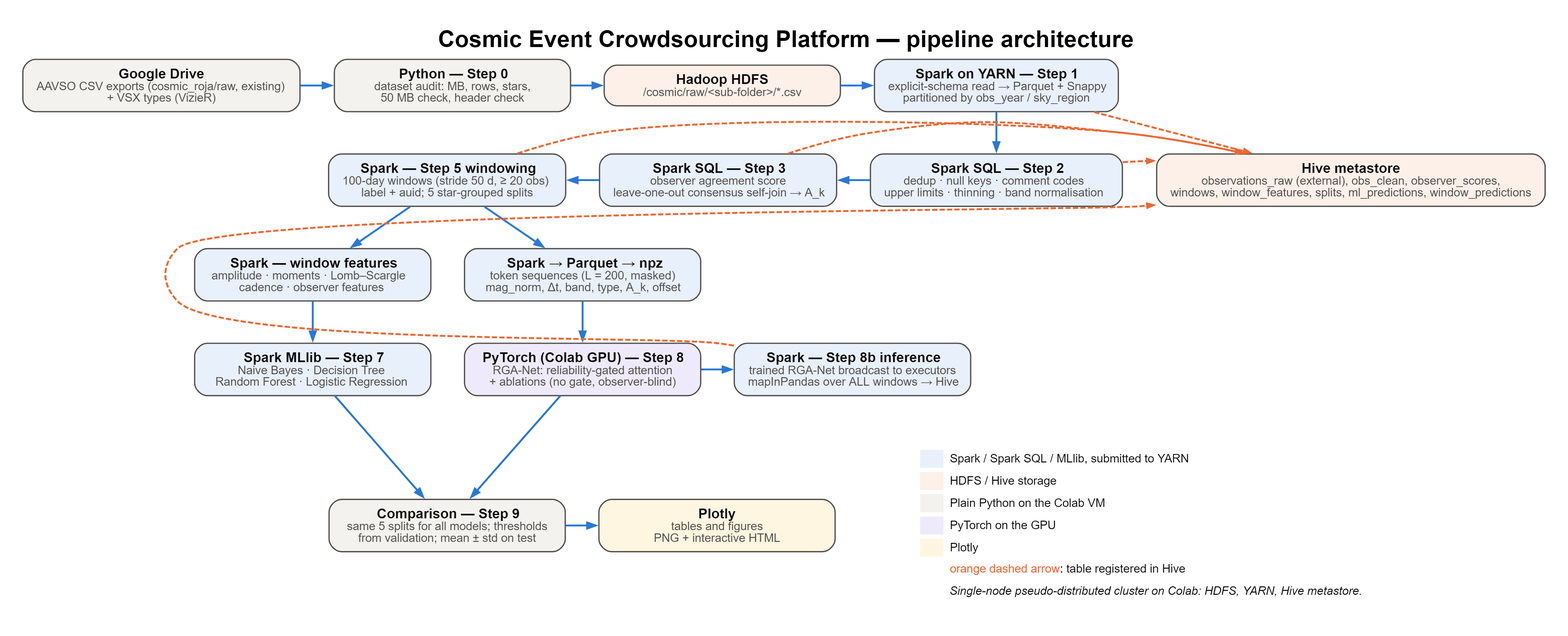
This is docs/figures/architecture.png from lowkey2556/cosmic-events, a Graphviz export, as it was before one commit. Its source is kept beside it as docs/figures/architecture.dot.
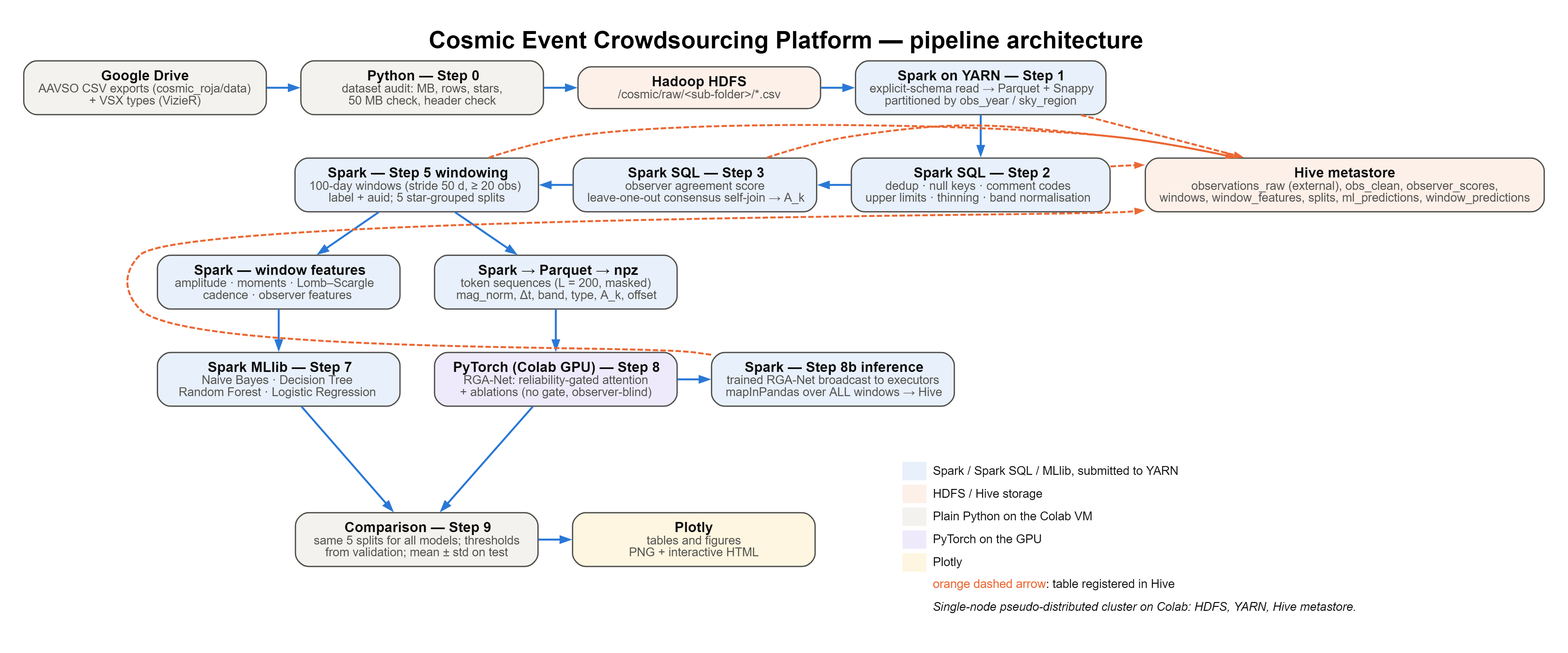
Later version of the same file.

Diff of the diagram source:
```diff
@@ -4,7 +4,7 @@
   node  [shape=box, style="rounded,filled", color="#52514e", penwidth=1.2, fontname="Helvetica",
          fontsize=11, fontcolor="#0b0b0b", margin="0.18,0.10", width=3.1];
   edge  [color="#2a78d6", penwidth=1.8, arrowsize=0.8];
-  drive [fillcolor="#f3f2ee", label=<<b><font point-size="13">Google Drive</font></b><br/><font color="#52514e">AAVSO CSV exports (cosmic_roja/raw, existing)<br/>+ VSX types (VizieR)</font>>];
+  drive [fillcolor="#f3f2ee", label=<<b><font point-size="13">Google Drive</font></b><br/><font color="#52514e">AAVSO CSV exports (cosmic_roja/data)<br/>+ VSX types (VizieR)</font>>];
   audit [fillcolor="#f3f2ee", label=<<b><font point-size="13">Python — Step 0</font></b><br/><font color="#52514e">dataset audit: MB, rows, stars,<br/>50 MB check, header check</font>>];
   hdfs [fillcolor="#fdf0e9", label=<<b><font point-size="13">Hadoop HDFS</font></b><br/><font color="#52514e">/cosmic/raw/&lt;sub-folder&gt;/*.csv</font>>];
   ingest [fillcolor="#e8f0fb", label=<<b><font point-size="13">Spark on YARN — Step 1</font></b><br/><font color="#52514e">explicit-schema read → Parquet + Snappy<br/>partitioned by obs_year / sky_region</font>>];
```
